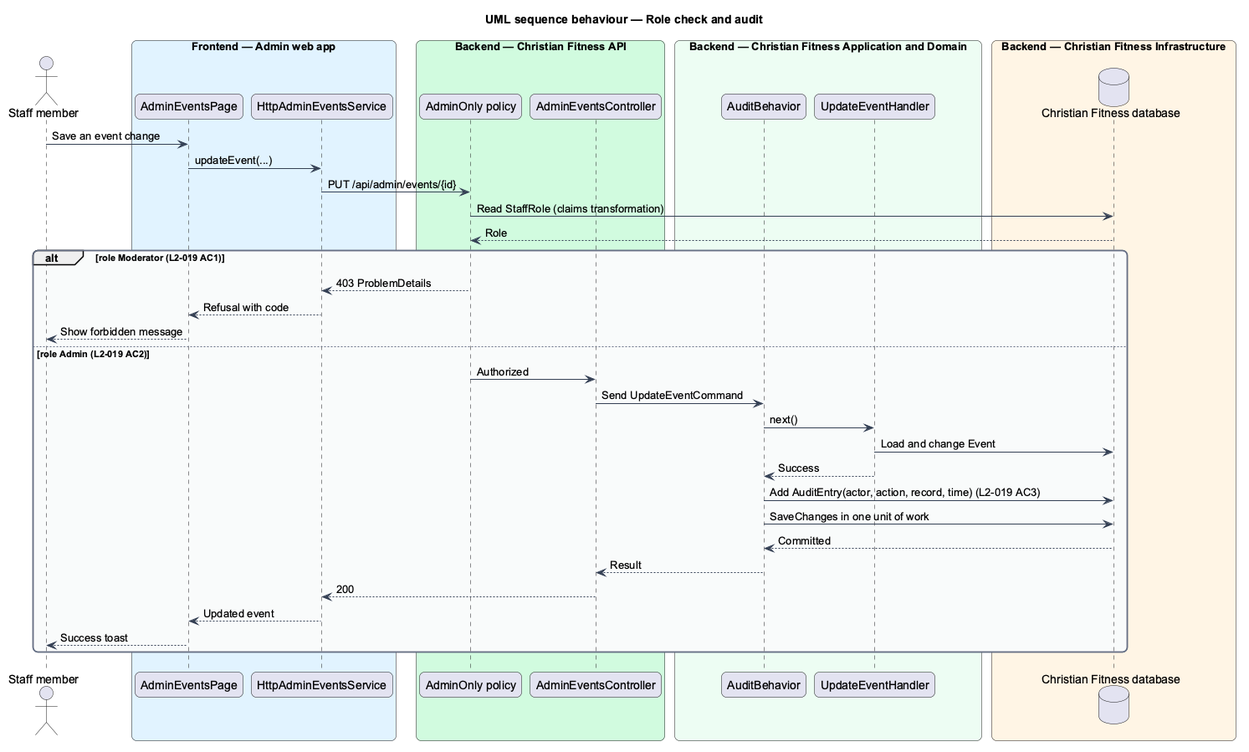
Above: docs/detailed-designs/admin-access/staff-roles/diagrams/sequence-authorize-and-audit.png in QuinntyneBrown/christian-fitness (PlantUML), before the change. Source of this version:
```plantuml
@startuml
title UML sequence behaviour — Role check and audit
skinparam backgroundColor #FFFFFF
skinparam shadowing false
skinparam roundcorner 12
skinparam defaultFontName Arial
skinparam ArrowColor #344054
skinparam rectangle {
  BorderColor #344054
  FontColor #101828
}
skinparam package {
  BorderColor #667085
  FontColor #101828
  BackgroundColor #F9FAFB
}
actor "Staff member" as actor
box "Frontend — Admin web app" #E0F2FE
  participant "AdminEventsPage" as page
  participant "HttpAdminEventsService" as client
end box
box "Backend — Christian Fitness API" #D1FADF
  participant "AdminOnly policy" as pol
  participant "AdminEventsController" as ctrl
end box
box "Backend — Christian Fitness Application and Domain" #ECFDF3
  participant "AuditBehavior" as audit
  participant "UpdateEventHandler" as handler
end box
box "Backend — Christian Fitness Infrastructure" #FFF4E5
  database "Christian Fitness database" as db
end box
actor -> page : Save an event change
page -> client : updateEvent(...)
client -> pol : PUT /api/admin/events/{id}
pol -> db : Read StaffRole (claims transformation)
db --> pol : Role
alt role Moderator (L2-019 AC1)
  pol --> client : 403 ProblemDetails
  client --> page : Refusal with code
  page --> actor : Show forbidden message
else role Admin (L2-019 AC2)
  pol -> ctrl : Authorized
  ctrl -> audit : Send UpdateEventCommand
  audit -> handler : next()
  handler -> db : Load and change Event
  handler --> audit : Success
  audit -> db : Add AuditEntry(actor, action, record, time) (L2-019 AC3)
  audit -> db : SaveChanges in one unit of work
  db --> audit : Committed
  audit --> ctrl : Result
  ctrl --> client : 200
  client --> page : Updated event
  page --> actor : Success toast
end
@enduml
```
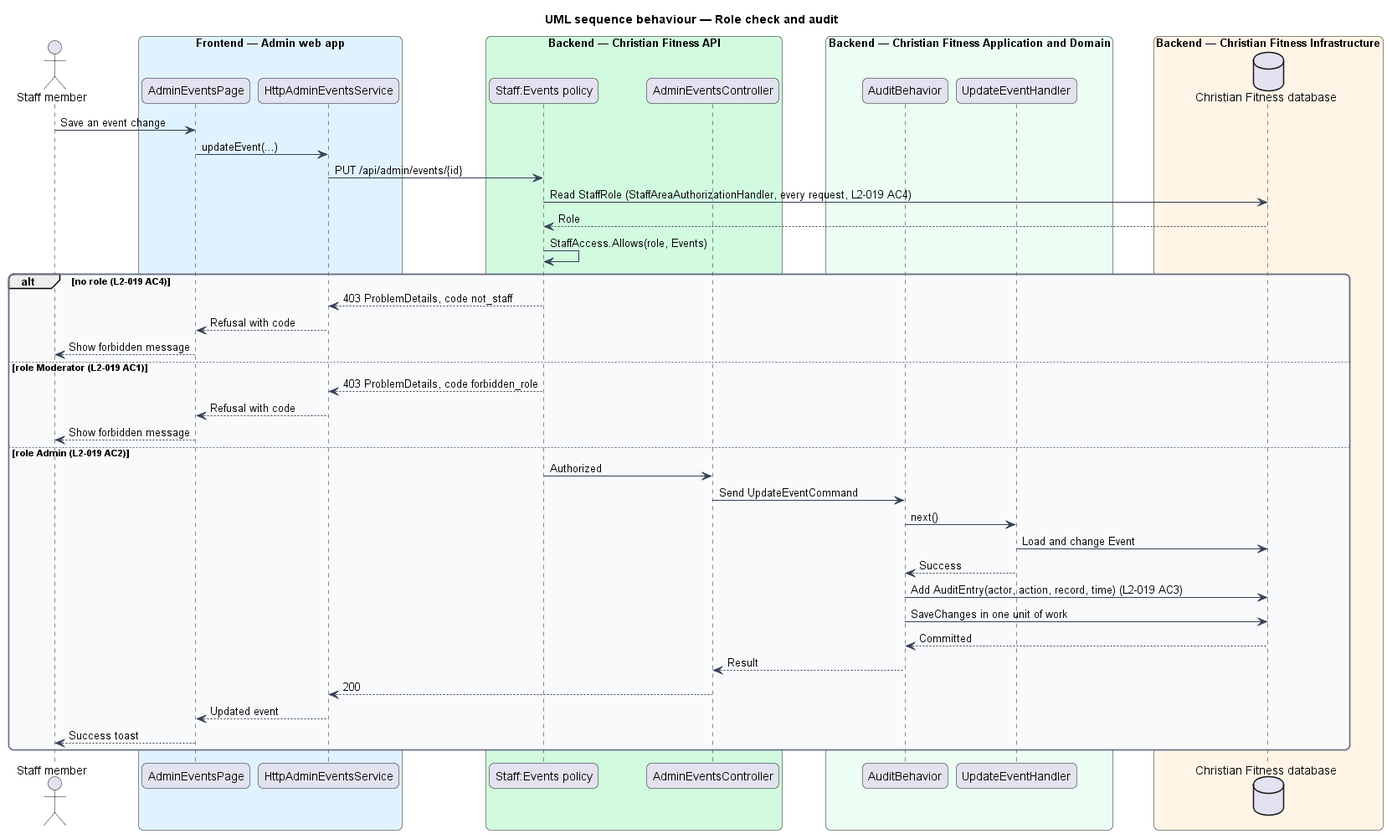
After the commit.

Diff of the diagram source:
```diff
@@ -20,7 +20,7 @@
   participant "HttpAdminEventsService" as client
 end box
 box "Backend — Christian Fitness API" #D1FADF
-  participant "AdminOnly policy" as pol
+  participant "Staff:Events policy" as pol
   participant "AdminEventsController" as ctrl
 end box
 box "Backend — Christian Fitness Application and Domain" #ECFDF3
@@ -33,10 +33,15 @@
 actor -> page : Save an event change
 page -> client : updateEvent(...)
 client -> pol : PUT /api/admin/events/{id}
-pol -> db : Read StaffRole (claims transformation)
+pol -> db : Read StaffRole (StaffAreaAuthorizationHandler, every request, L2-019 AC4)
 db --> pol : Role
-alt role Moderator (L2-019 AC1)
-  pol --> client : 403 ProblemDetails
+pol -> pol : StaffAccess.Allows(role, Events)
+alt no role (L2-019 AC4)
+  pol --> client : 403 ProblemDetails, code not_staff
+  client --> page : Refusal with code
+  page --> actor : Show forbidden message
+else role Moderator (L2-019 AC1)
+  pol --> client : 403 ProblemDetails, code forbidden_role
   client --> page : Refusal with code
   page --> actor : Show forbidden message
 else role Admin (L2-019 AC2)
```
